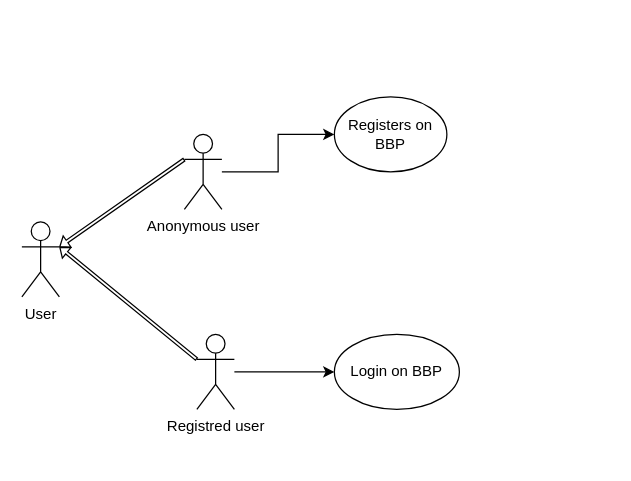
jacopobellosi/Bellosi-Montanelli-Tempobono keeps this draw.io diagram as page "LOGIN/REGISTRATION" (1 of 2) of RASD/LaTeXCode/images/drawio/Use_Case_Diagram.drawio. Above is the earlier version. Source tidied: cells renumbered, new cells numbered last; positions are measured from the earlier drawing's top-left corner, leaving out a move shared by most shapes. Both pictures are drawn from the tidied source at 125%, with x=0, y=0 at pixel (21, 96).
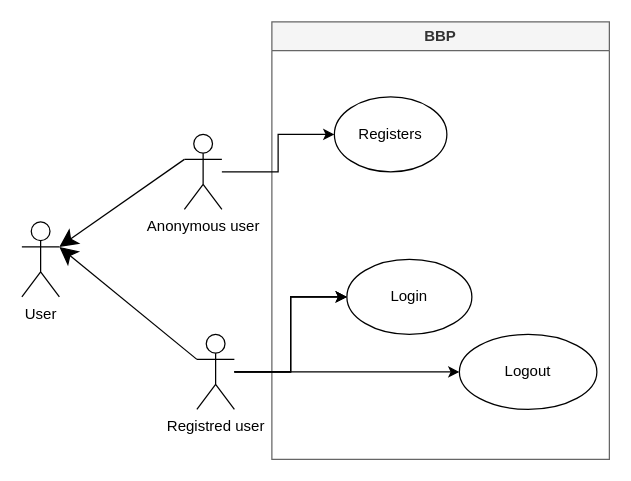
The same page after the edit.

The edit, as a diff of the source:
```diff
@@
 <mxGraphModel>
   <root>
     <mxCell id="0" />
     <mxCell id="1" parent="0" />
+    <mxCell id="11" value="BBP" style="swimlane;whiteSpace=wrap;html=1;fillColor=#f5f5f5;fontColor=#333333;strokeColor=#666666;" parent="1" vertex="1">
+      <mxGeometry x="200" y="-60" width="270" height="350" as="geometry" />
+    </mxCell>
+    <mxCell id="10" value="Login" style="ellipse;whiteSpace=wrap;html=1;" parent="11" vertex="1">
+      <mxGeometry x="60" y="190" width="100" height="60" as="geometry" />
+    </mxCell>
+    <mxCell id="12" value="Logout" style="ellipse;whiteSpace=wrap;html=1;" parent="11" vertex="1">
+      <mxGeometry x="150" y="250" width="110" height="60" as="geometry" />
+    </mxCell>
     <mxCell id="2" value="User" style="shape=umlActor;verticalLabelPosition=bottom;verticalAlign=top;html=1;" parent="1" vertex="1">
       <mxGeometry y="100" width="30" height="60" as="geometry" />
     </mxCell>
     <mxCell id="3" style="edgeStyle=orthogonalEdgeStyle;rounded=0;jettySize=auto;html=1;" parent="1" edge="1" source="4" target="9">
       <mxGeometry relative="1" as="geometry" />
     </mxCell>
     <mxCell id="4" value="Anonymous user" style="shape=umlActor;verticalLabelPosition=bottom;verticalAlign=top;html=1;" parent="1" vertex="1">
       <mxGeometry x="130" y="30" width="30" height="60" as="geometry" />
     </mxCell>
     <mxCell id="5" style="edgeStyle=orthogonalEdgeStyle;rounded=0;jettySize=auto;html=1;" parent="1" edge="1" source="6" target="10">
       <mxGeometry relative="1" as="geometry" />
     </mxCell>
+    <mxCell id="13" style="edgeStyle=orthogonalEdgeStyle;rounded=0;jettySize=auto;html=1;" parent="1" edge="1" source="6" target="10">
+      <mxGeometry relative="1" as="geometry" />
+    </mxCell>
+    <mxCell id="14" style="edgeStyle=orthogonalEdgeStyle;rounded=0;jettySize=auto;html=1;" parent="1" edge="1" source="6" target="10">
+      <mxGeometry relative="1" as="geometry" />
+    </mxCell>
+    <mxCell id="15" style="edgeStyle=orthogonalEdgeStyle;rounded=0;jettySize=auto;html=1;" parent="1" edge="1" source="6" target="12">
+      <mxGeometry relative="1" as="geometry" />
+    </mxCell>
     <mxCell id="6" value="Registred user" style="shape=umlActor;verticalLabelPosition=bottom;verticalAlign=top;html=1;" parent="1" vertex="1">
       <mxGeometry x="140" y="190" width="30" height="60" as="geometry" />
     </mxCell>
-    <mxCell id="7" style="shape=flexArrow;endArrow=none;startArrow=classic;html=1;rounded=0;exitX=1;exitY=0.3333333333333333;exitDx=0;exitDy=0;exitPerimeter=0;entryX=0;entryY=0.3333333333333333;entryDx=0;entryDy=0;entryPerimeter=0;startFill=1;endFill=0;startSize=2;endSize=2;strokeWidth=1;strokeColor=default;fontSize=2;spacing=1;startWidth=7.351940095302927;width=2.4615384615384617;" parent="1" edge="1" source="2" target="6">
+    <mxCell id="7" style="endArrow=none;startArrow=classic;html=1;rounded=0;exitX=1;exitY=0.3333333333333333;exitDx=0;exitDy=0;exitPerimeter=0;entryX=0;entryY=0.3333333333333333;entryDx=0;entryDy=0;entryPerimeter=0;startFill=1;endFill=0;strokeWidth=1;strokeColor=default;fontSize=2;spacing=1;startWidth=7.351940095302927;startSize=12;" parent="1" edge="1" source="2" target="6">
       <mxGeometry relative="1" as="geometry" />
     </mxCell>
-    <mxCell id="8" style="shape=flexArrow;endArrow=none;startArrow=classic;html=1;rounded=0;entryX=0;entryY=0.3333333333333333;entryDx=0;entryDy=0;entryPerimeter=0;startFill=1;endFill=0;startSize=2;endSize=2;strokeWidth=1;strokeColor=default;fontSize=2;spacing=1;startWidth=7.351940095302927;width=2.4615384615384617;" parent="1" edge="1" target="4">
+    <mxCell id="8" style="endArrow=none;startArrow=classic;html=1;rounded=0;entryX=0;entryY=0.3333333333333333;entryDx=0;entryDy=0;entryPerimeter=0;startFill=1;endFill=0;strokeWidth=1;strokeColor=default;fontSize=2;spacing=1;startWidth=7.351940095302927;fillColor=#000000;startSize=12;" parent="1" edge="1" target="4">
       <mxGeometry relative="1" as="geometry">
         <mxPoint x="30" y="120" as="sourcePoint" />
       </mxGeometry>
     </mxCell>
-    <mxCell id="9" value="Registers on BBP" style="ellipse;whiteSpace=wrap;html=1;" parent="1" vertex="1">
+    <mxCell id="9" value="Registers" style="ellipse;whiteSpace=wrap;html=1;" parent="1" vertex="1">
       <mxGeometry x="250" width="90" height="60" as="geometry" />
     </mxCell>
-    <mxCell id="10" value="Login on BBP" style="ellipse;whiteSpace=wrap;html=1;" parent="1" vertex="1">
-      <mxGeometry x="250" y="190" width="100" height="60" as="geometry" />
-    </mxCell>
   </root>
 </mxGraphModel>
```
